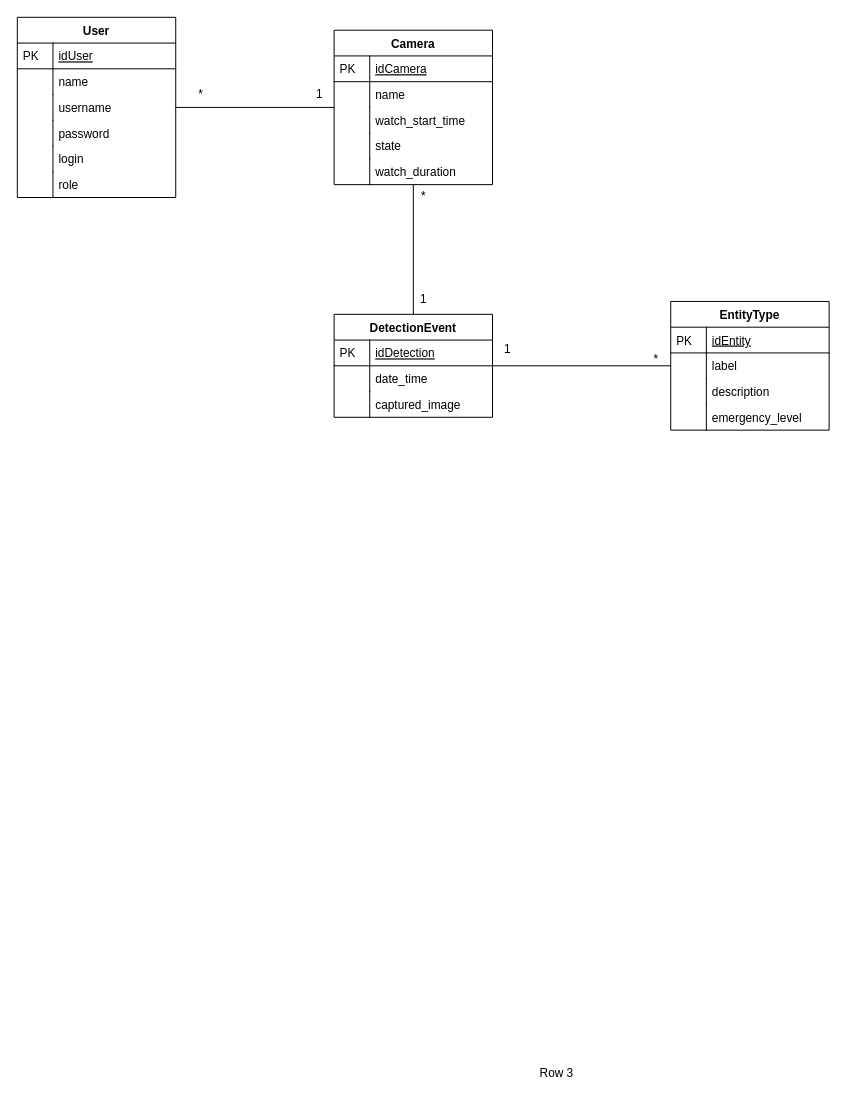
Earlier version of the draw.io diagram page "MCD_iWebcamProtect" (2 of 4) of docs/NonPDF/iWebcamProtectApi.drawio (pabonhomme/IWebcamProtect). Source tidied: cells renumbered, new cells numbered last; positions are measured from the earlier drawing's top-left corner, leaving out a move shared by most shapes. Both pictures are drawn from the tidied source at 99%, with x=0, y=0 at pixel (17, 17).
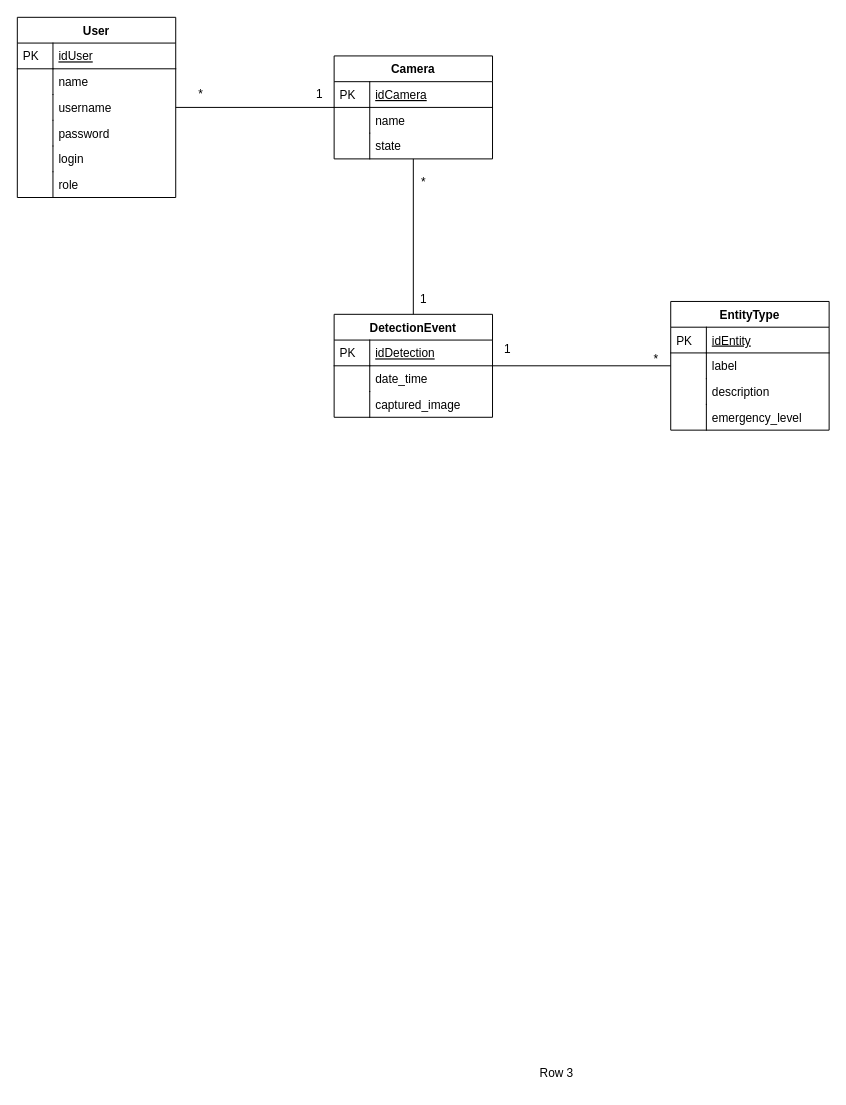
The same page after the edit.

Unchanged cells that the change refers to:
```xml
<mxCell id="31" value="DetectionEvent" style="swimlane;fontStyle=1;horizontal=1;startSize=26;rounded=0;shadow=0;strokeWidth=1;" parent="1" vertex="1">
  <mxGeometry x="320" y="300" width="160" height="104" as="geometry" />
</mxCell>
```

The edit, as a diff of the source:
```diff
@@
     <mxCell id="18" value="Camera" style="swimlane;fontStyle=1;horizontal=1;startSize=26;rounded=0;shadow=0;strokeWidth=1;" parent="1" vertex="1">
-      <mxGeometry x="320" y="13" width="160" height="156" as="geometry" />
+      <mxGeometry x="320" y="39" width="160" height="104" as="geometry" />
     </mxCell>
@@
-    <mxCell id="23" value="watch_start_time" style="shape=partialRectangle;top=0;left=0;right=0;bottom=0;align=left;verticalAlign=top;fillColor=none;spacingLeft=40;spacingRight=4;overflow=hidden;rounded=0;shadow=0;strokeWidth=1;" parent="18" vertex="1">
-      <mxGeometry y="78" width="160" height="26" as="geometry" />
-    </mxCell>
-    <mxCell id="24" style="shape=partialRectangle;top=0;left=0;bottom=0;fillColor=none;align=left;verticalAlign=top;spacingLeft=4;spacingRight=4;overflow=hidden;" parent="23" vertex="1">
-      <mxGeometry width="36" height="26" as="geometry" />
-    </mxCell>
     <mxCell id="25" value="state" style="shape=partialRectangle;top=0;left=0;right=0;bottom=0;align=left;verticalAlign=top;fillColor=none;spacingLeft=40;spacingRight=4;overflow=hidden;rounded=0;shadow=0;strokeWidth=1;" parent="18" vertex="1">
-      <mxGeometry y="104" width="160" height="26" as="geometry" />
+      <mxGeometry y="78" width="160" height="26" as="geometry" />
     </mxCell>
@@
-    <mxCell id="27" value="watch_duration" style="shape=partialRectangle;top=0;left=0;right=0;bottom=0;align=left;verticalAlign=top;fillColor=none;spacingLeft=40;spacingRight=4;overflow=hidden;points=[[0,0.5],[1,0.5]];portConstraint=eastwest;rounded=0;shadow=0;strokeWidth=1;" parent="18" vertex="1">
-      <mxGeometry y="130" width="160" height="26" as="geometry" />
-    </mxCell>
-    <mxCell id="28" style="shape=partialRectangle;top=0;left=0;bottom=0;fillColor=none;align=left;verticalAlign=top;spacingLeft=4;spacingRight=4;overflow=hidden;" parent="27" vertex="1">
-      <mxGeometry width="36" height="26" as="geometry" />
-    </mxCell>
@@
-    <mxCell id="38" style="endArrow=none;html=1;rounded=0;exitX=0.5;exitY=0;exitDx=0;exitDy=0;" parent="1" edge="1" source="31" target="27">
+    <mxCell id="38" style="endArrow=none;html=1;rounded=0;exitX=0.5;exitY=0;exitDx=0;exitDy=0;" parent="1" edge="1" source="31" target="18">
       <mxGeometry relative="1" as="geometry" />
     </mxCell>
@@
     <mxCell id="40" value="*" style="text;html=1;align=center;verticalAlign=middle;strokeColor=none;fillColor=none;" parent="1" vertex="1">
-      <mxGeometry x="395" y="166" width="30" height="30" as="geometry" />
+      <mxGeometry x="395" y="152" width="30" height="30" as="geometry" />
     </mxCell>
```
